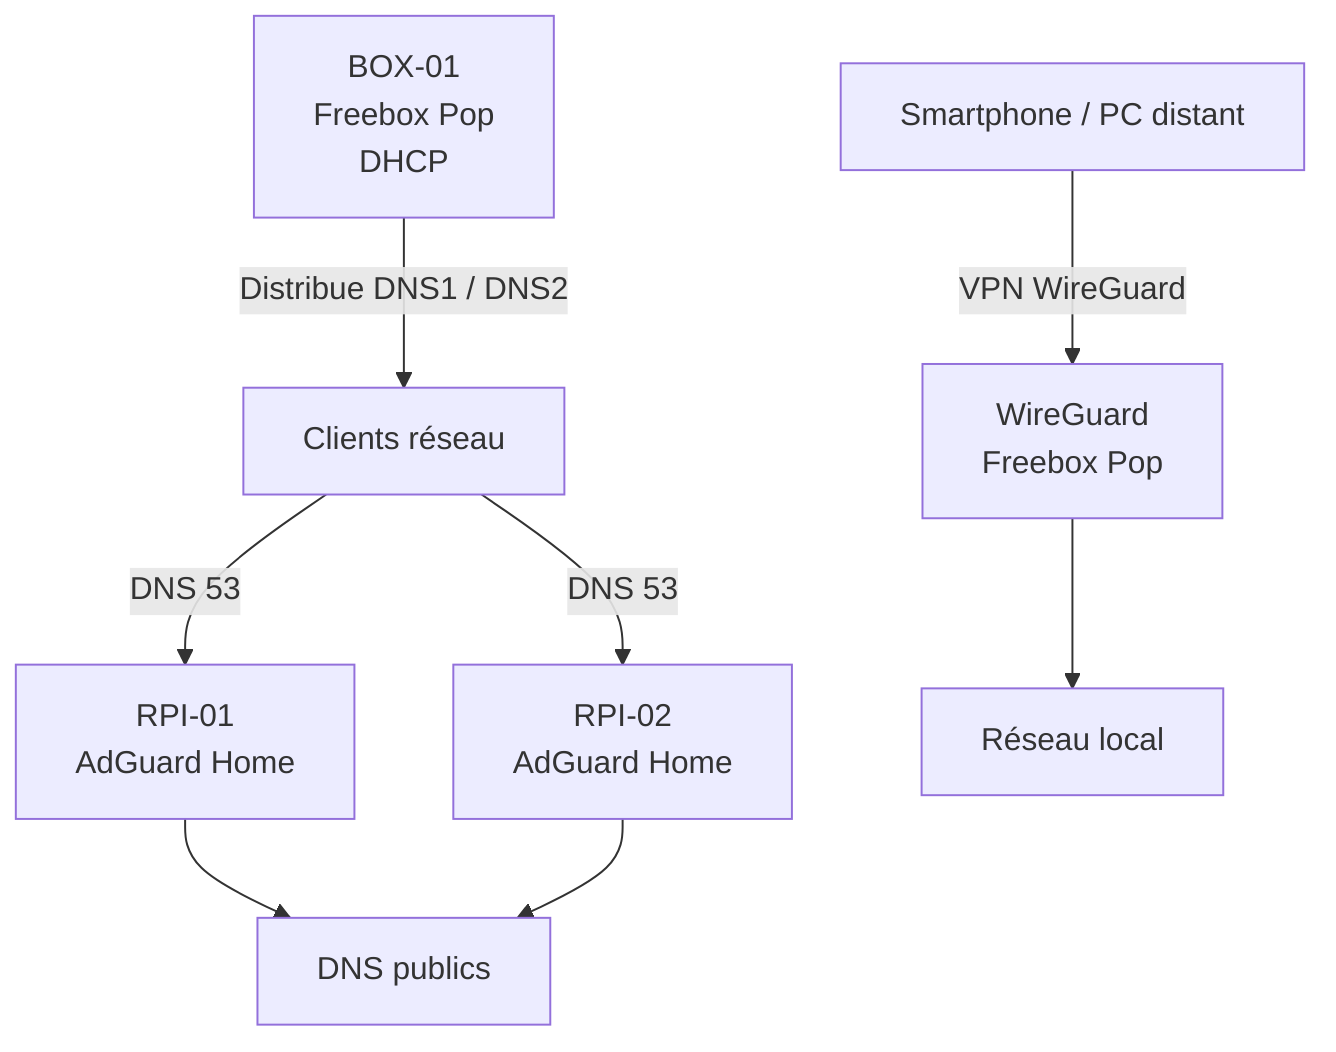
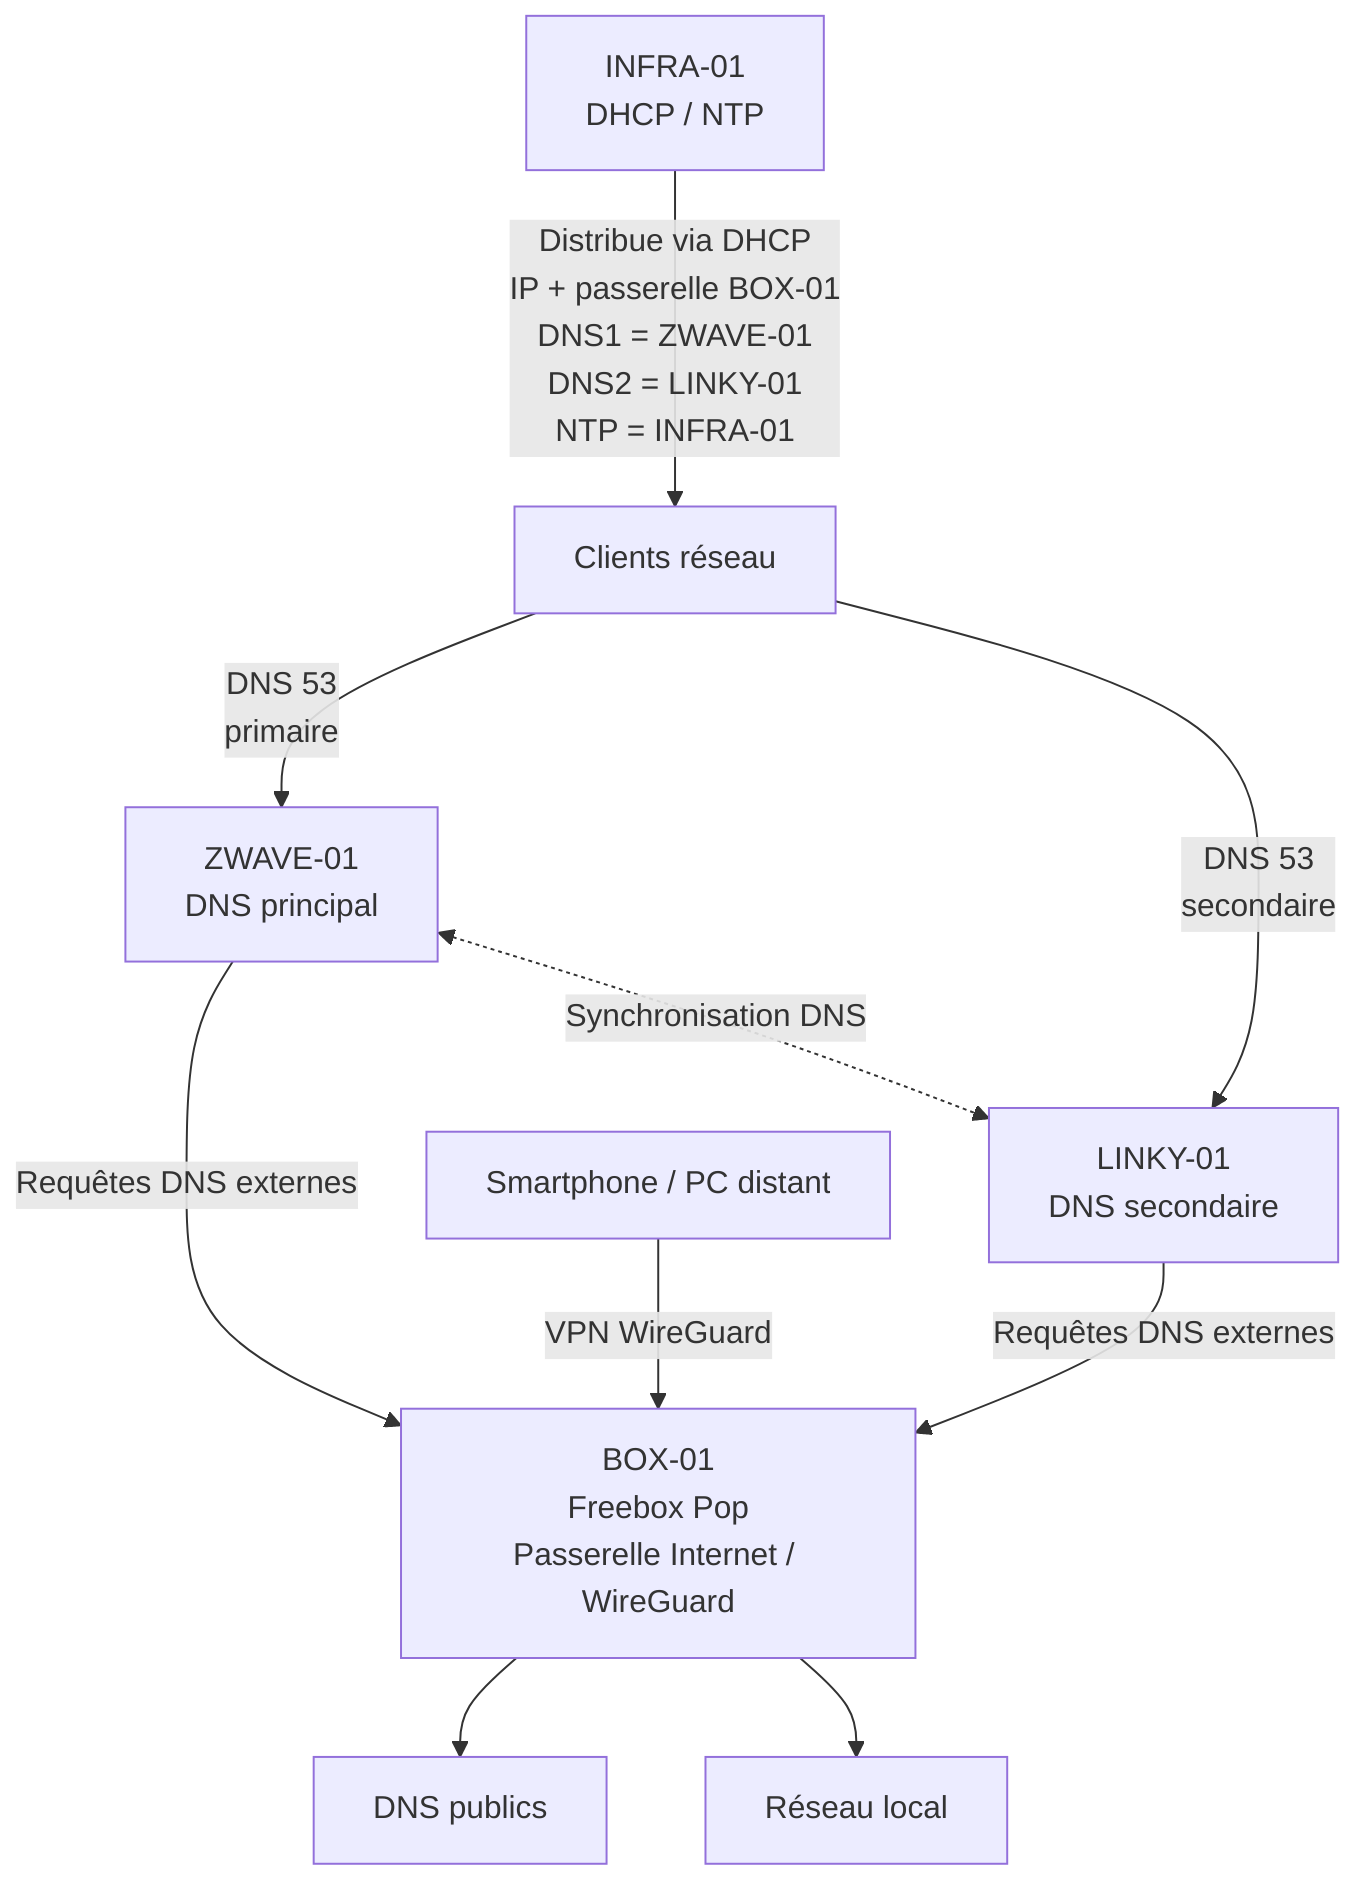
flowchart TD
    CLIENT["Clients réseau"]
-     FREEBOX["BOX-01<br/>Freebox Pop<br/>DHCP"]
-     ADG1["RPI-01<br/>AdGuard Home"]
-     ADG2["RPI-02<br/>AdGuard Home"]
+     INFRA["INFRA-01<br/>DHCP / NTP"]
+     ZWAVE["ZWAVE-01<br/>DNS principal"]
+     LINKY["LINKY-01<br/>DNS secondaire"]
    DNS_PUBLIC["DNS publics"]
+     BOX["BOX-01<br/>Freebox Pop<br/>Passerelle Internet / WireGuard"]
    MOBILE["Smartphone / PC distant"]
-     WG["WireGuard<br/>Freebox Pop"]
    LAN["Réseau local"]

-     FREEBOX -- "Distribue DNS1 / DNS2" --> CLIENT
-     CLIENT -- "DNS 53" --> ADG1
-     CLIENT -- "DNS 53" --> ADG2
-     ADG1 --> DNS_PUBLIC
-     ADG2 --> DNS_PUBLIC
+     INFRA -- "Distribue via DHCP<br/>IP + passerelle BOX-01<br/>DNS1 = ZWAVE-01<br/>DNS2 = LINKY-01<br/>NTP = INFRA-01" --> CLIENT

-     MOBILE -- "VPN WireGuard" --> WG
-     WG --> LAN+     CLIENT -- "DNS 53<br/>primaire" --> ZWAVE
+     CLIENT -- "DNS 53<br/>secondaire" --> LINKY
+ 
+     ZWAVE -- "Requêtes DNS externes" --> BOX
+     LINKY -- "Requêtes DNS externes" --> BOX
+     BOX --> DNS_PUBLIC
+ 
+     ZWAVE <-. "Synchronisation DNS" .-> LINKY
+ 
+     MOBILE -- "VPN WireGuard" --> BOX
+     BOX --> LAN